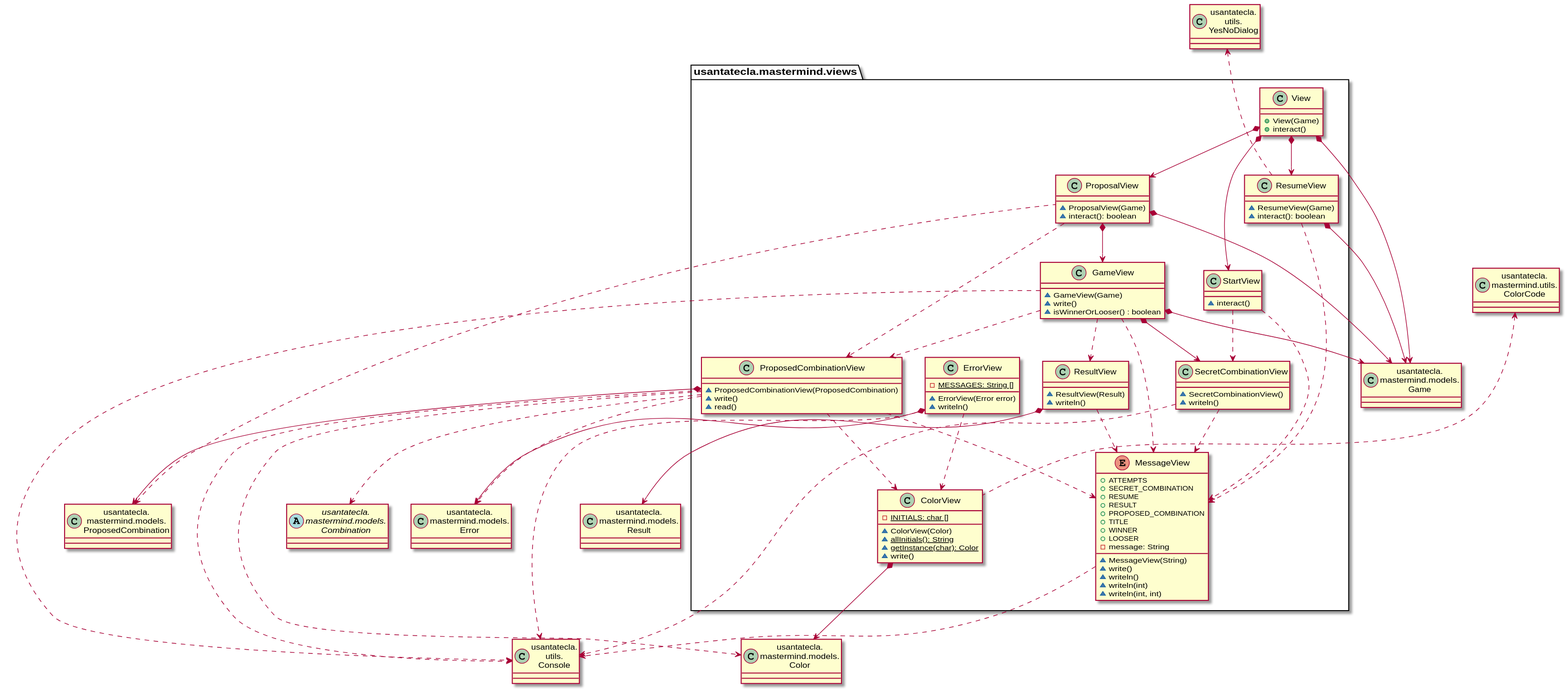
Before: documentView/console/docs/diagrams/out/paquetes/usantatecla.mastermind.views.svg, a diagram exported from PlantUML (SantaTecla-mastermind/solution.java.swing.socket.sql). Its diagram source:
```plantuml
@startuml
class ColorCode as "usantatecla.\nmastermind.utils.\nColorCode"
class Error as "usantatecla.\nmastermind.models.\nError"
class Color as "usantatecla.\nmastermind.models.\nColor"
abstract class Combination as "usantatecla.\nmastermind.models.\nCombination"
class ProposedCombination as "usantatecla.\nmastermind.models.\nProposedCombination"
class Result as "usantatecla.\nmastermind.models.\nResult"
class Game as "usantatecla.\nmastermind.models.\nGame"
class YesNoDialog as "usantatecla.\nutils.\nYesNoDialog"
class Console as "usantatecla.\nutils.\nConsole"

class usantatecla.mastermind.views.ColorView{
    - {static} INITIALS: char []
    ~ ColorView(Color)
    ~ {static} allInitials(): String
    ~ {static} getInstance(char): Color
    ~ write()
}
usantatecla.mastermind.views.ColorView -up..> ColorCode
usantatecla.mastermind.views.ColorView *-down-> Color

class usantatecla.mastermind.views.ErrorView{
    - {static} MESSAGES: String []
    ~ ErrorView(Error error)
    ~ writeln()
}
usantatecla.mastermind.views.ErrorView *-down-> Error
usantatecla.mastermind.views.ErrorView ..> usantatecla.mastermind.views.ColorView
usantatecla.mastermind.views.ErrorView ..> Console

class usantatecla.mastermind.views.GameView {
    ~ GameView(Game)
    ~ write()
    ~ isWinnerOrLooser() : boolean
}
usantatecla.mastermind.views.GameView *-down-> Game
usantatecla.mastermind.views.GameView *-down-> usantatecla.mastermind.views.SecretCombinationView
usantatecla.mastermind.views.GameView ..> usantatecla.mastermind.views.MessageView
usantatecla.mastermind.views.GameView ..> usantatecla.mastermind.views.ProposedCombinationView
usantatecla.mastermind.views.GameView ..> usantatecla.mastermind.views.ResultView
usantatecla.mastermind.views.GameView ..> Console

enum usantatecla.mastermind.views.MessageView{
    + ATTEMPTS
    + SECRET_COMBINATION
    + RESUME
    + RESULT
    + PROPOSED_COMBINATION
    + TITLE
    + WINNER
    + LOOSER
    - message: String
    ~ MessageView(String)
    ~ write()
    ~ writeln()
    ~ writeln(int)
    ~ writeln(int, int)
}
usantatecla.mastermind.views.MessageView ..> Console

class usantatecla.mastermind.views.ProposalView {
    ~ ProposalView(Game)
    ~ interact(): boolean
}
usantatecla.mastermind.views.ProposalView *-down-> Game
usantatecla.mastermind.views.ProposalView *-down-> usantatecla.mastermind.views.GameView
usantatecla.mastermind.views.ProposalView -up..> ProposedCombination
usantatecla.mastermind.views.ProposalView ..> usantatecla.mastermind.views.ProposedCombinationView

class usantatecla.mastermind.views.ProposedCombinationView {
    ~ ProposedCombinationView(ProposedCombination)
    ~ write()
    ~ read()
}
usantatecla.mastermind.views.ProposedCombinationView *-down-> ProposedCombination
usantatecla.mastermind.views.ProposedCombinationView ..> usantatecla.mastermind.views.MessageView
usantatecla.mastermind.views.ProposedCombinationView ..> usantatecla.mastermind.views.ColorView
usantatecla.mastermind.views.ProposedCombinationView ..> Combination
usantatecla.mastermind.views.ProposedCombinationView ..> Error
usantatecla.mastermind.views.ProposedCombinationView ..> Color
usantatecla.mastermind.views.ProposedCombinationView ..> Console

class usantatecla.mastermind.views.ResultView {
    ~ ResultView(Result)
    ~ writeln()
}
usantatecla.mastermind.views.ResultView *-down-> Result
usantatecla.mastermind.views.ResultView ..> usantatecla.mastermind.views.MessageView

class usantatecla.mastermind.views.ResumeView {
    ~ ResumeView(Game)
    ~ interact(): boolean
}
usantatecla.mastermind.views.ResumeView *-down-> Game
usantatecla.mastermind.views.ResumeView -up..> YesNoDialog
usantatecla.mastermind.views.ResumeView ..> usantatecla.mastermind.views.MessageView

class usantatecla.mastermind.views.SecretCombinationView {
    ~ SecretCombinationView()
    ~ writeln()
}
usantatecla.mastermind.views.SecretCombinationView ..> usantatecla.mastermind.views.MessageView
usantatecla.mastermind.views.SecretCombinationView ..> Console

class usantatecla.mastermind.views.StartView {
    ~ interact()
}
usantatecla.mastermind.views.StartView..> usantatecla.mastermind.views.MessageView
usantatecla.mastermind.views.StartView..> usantatecla.mastermind.views.SecretCombinationView

class usantatecla.mastermind.views.View {
    + View(Game)
    + interact()
}
usantatecla.mastermind.views.View *-down-> usantatecla.mastermind.views.ProposalView
usantatecla.mastermind.views.View *-down-> usantatecla.mastermind.views.StartView
usantatecla.mastermind.views.View *-down-> Game
usantatecla.mastermind.views.View *-down-> usantatecla.mastermind.views.ResumeView
@enduml
```
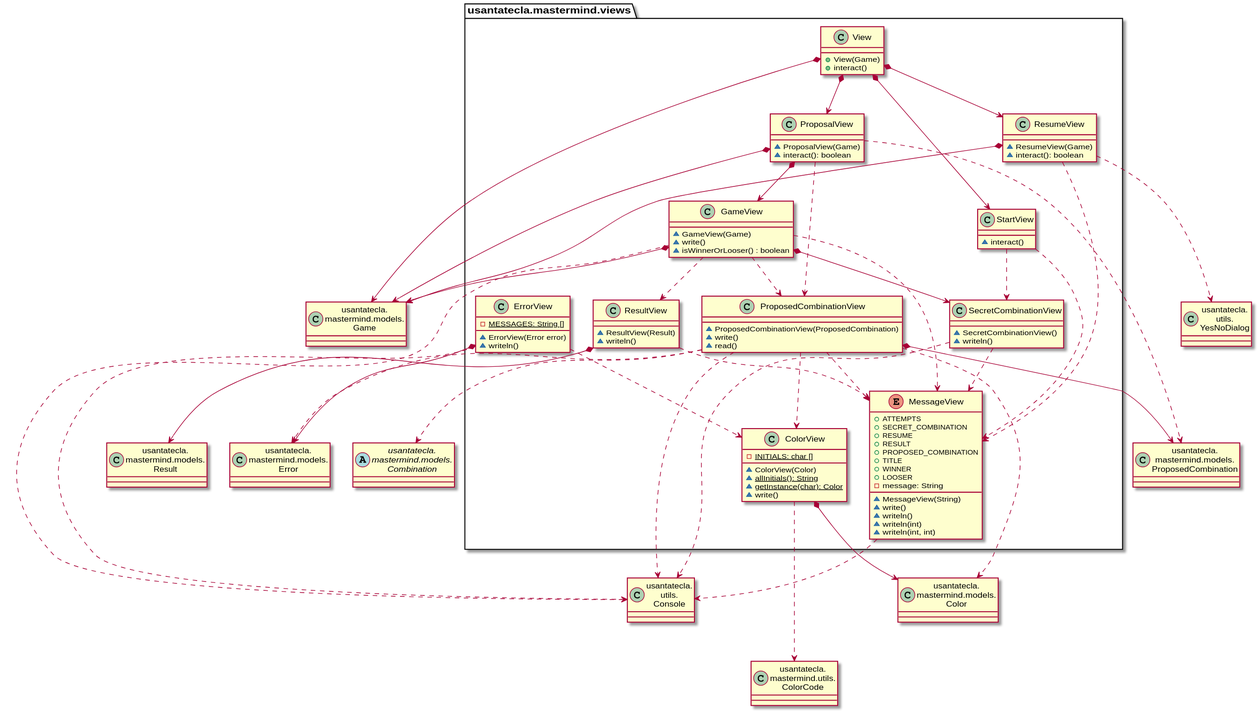
The same diagram one commit later.

Change to the diagram source:
```diff
@@ -16,7 +16,7 @@
     ~ {static} getInstance(char): Color
     ~ write()
 }
-usantatecla.mastermind.views.ColorView -up..> ColorCode
+usantatecla.mastermind.views.ColorView -down..> ColorCode
 usantatecla.mastermind.views.ColorView *-down-> Color
 
 class usantatecla.mastermind.views.ErrorView{
@@ -64,7 +64,7 @@
 }
 usantatecla.mastermind.views.ProposalView *-down-> Game
 usantatecla.mastermind.views.ProposalView *-down-> usantatecla.mastermind.views.GameView
-usantatecla.mastermind.views.ProposalView -up..> ProposedCombination
+usantatecla.mastermind.views.ProposalView -down..> ProposedCombination
 usantatecla.mastermind.views.ProposalView ..> usantatecla.mastermind.views.ProposedCombinationView
 
 class usantatecla.mastermind.views.ProposedCombinationView {
@@ -92,7 +92,7 @@
     ~ interact(): boolean
 }
 usantatecla.mastermind.views.ResumeView *-down-> Game
-usantatecla.mastermind.views.ResumeView -up..> YesNoDialog
+usantatecla.mastermind.views.ResumeView -down..> YesNoDialog
 usantatecla.mastermind.views.ResumeView ..> usantatecla.mastermind.views.MessageView
 
 class usantatecla.mastermind.views.SecretCombinationView {
```
